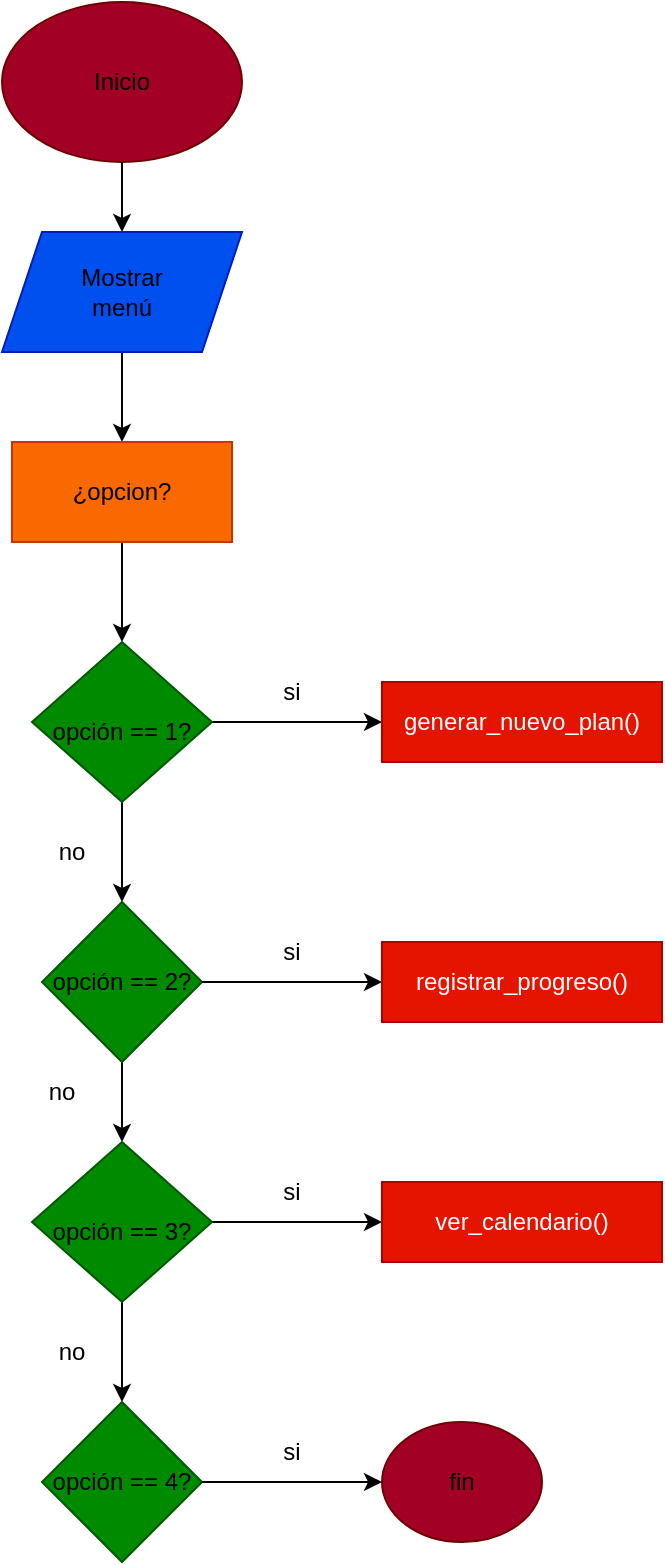
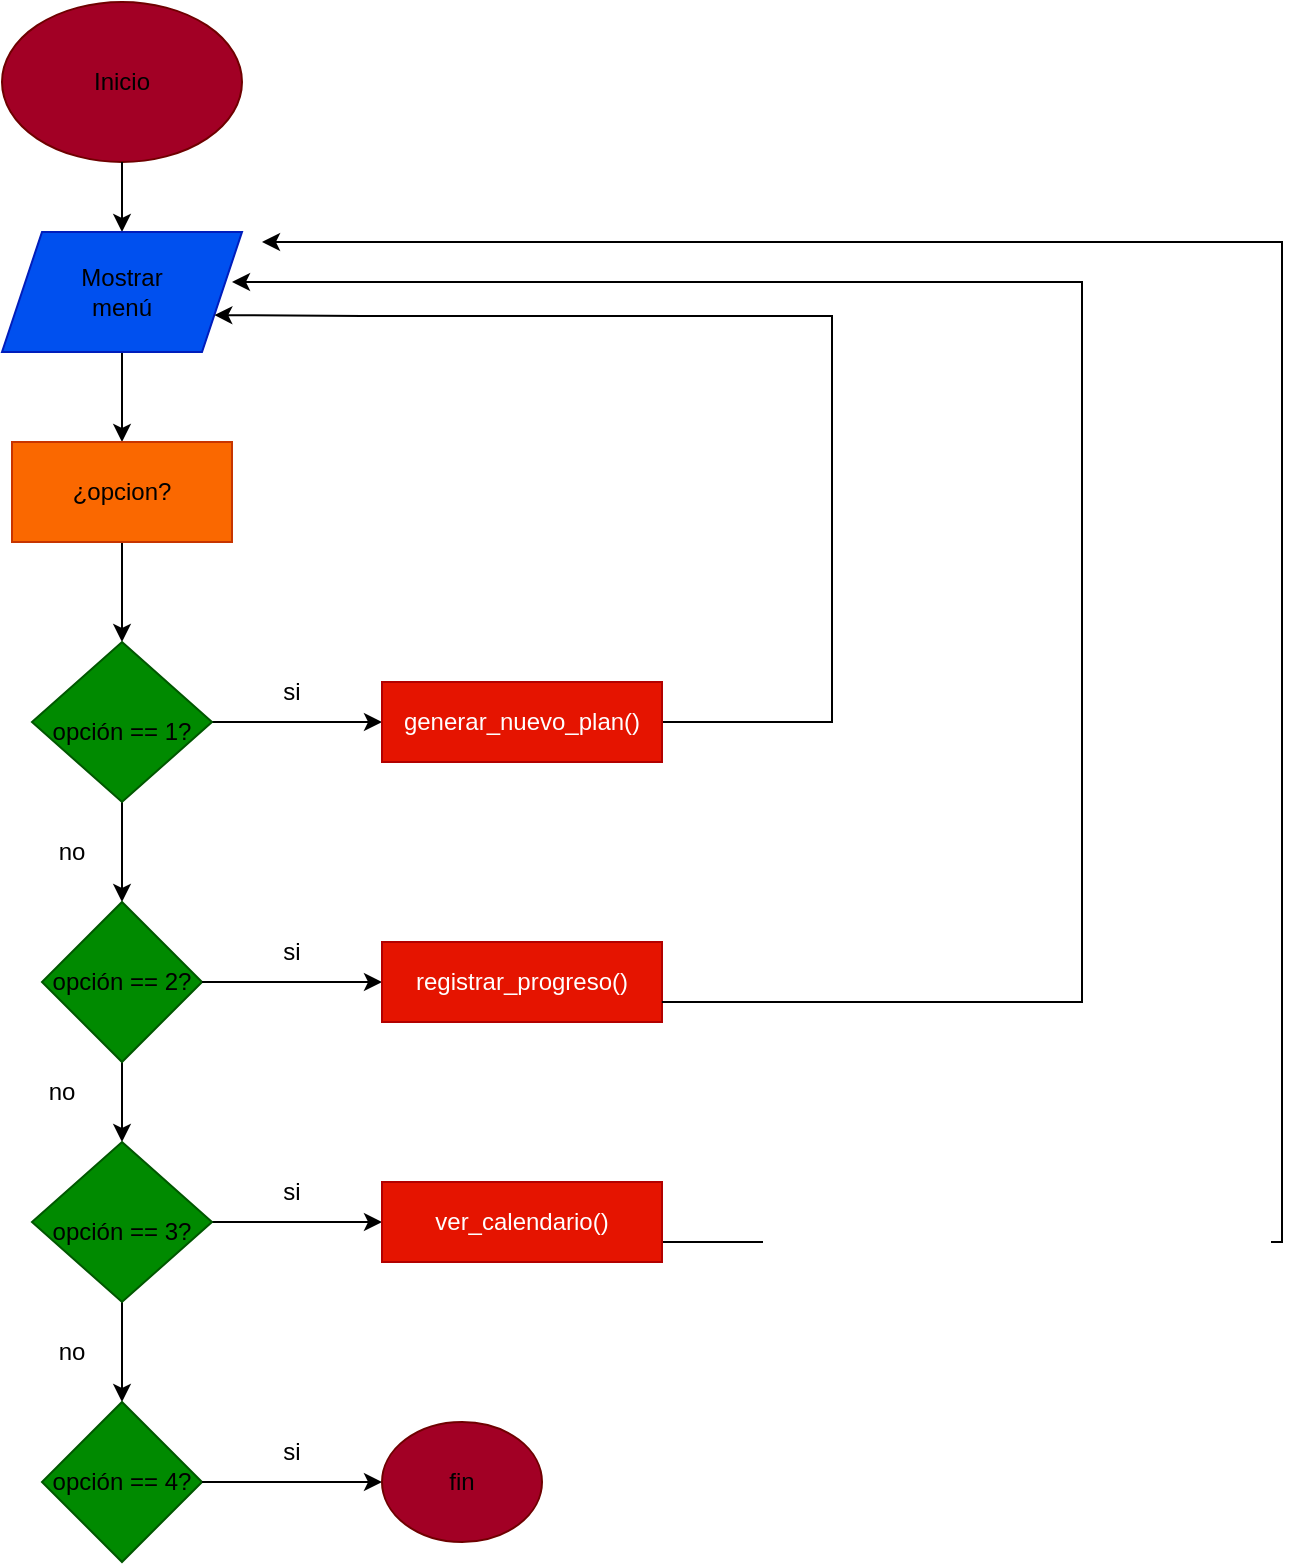
<mxfile host="app.diagrams.net">
  <diagram name="Página-1" id="oSVJuoh6jqE7HBOHeRjp">
-     <mxGraphModel dx="1407" dy="820" grid="1" gridSize="10" guides="1" tooltips="1" connect="1" arrows="1" fold="1" page="1" pageScale="1" pageWidth="827" pageHeight="1169" math="0" shadow="0">
+     <mxGraphModel dx="1032" dy="601" grid="1" gridSize="10" guides="1" tooltips="1" connect="1" arrows="1" fold="1" page="1" pageScale="1" pageWidth="827" pageHeight="1169" math="0" shadow="0">
      <root>
        <mxCell id="0" />
        <mxCell id="1" parent="0" />
        <mxCell id="aeWvypFD9zjGKCX_coQA-3" parent="1" style="ellipse;whiteSpace=wrap;html=1;fillColor=#a20025;fontColor=#ffffff;strokeColor=#6F0000;" value="" vertex="1">
          <mxGeometry height="80" width="120" x="310" y="30" as="geometry" />
        </mxCell>
        <mxCell id="aeWvypFD9zjGKCX_coQA-5" edge="1" parent="1" source="aeWvypFD9zjGKCX_coQA-3" style="edgeStyle=orthogonalEdgeStyle;rounded=0;orthogonalLoop=1;jettySize=auto;html=1;entryX=0.5;entryY=0;entryDx=0;entryDy=0;exitX=0.5;exitY=1;exitDx=0;exitDy=0;exitPerimeter=0;" target="aeWvypFD9zjGKCX_coQA-6">
          <mxGeometry relative="1" as="geometry">
            <Array as="points" />
            <mxPoint x="370" y="120" as="sourcePoint" />
            <mxPoint x="370" y="180" as="targetPoint" />
          </mxGeometry>
        </mxCell>
        <mxCell id="aeWvypFD9zjGKCX_coQA-4" parent="1" style="text;html=1;whiteSpace=wrap;strokeColor=none;fillColor=none;align=center;verticalAlign=middle;rounded=0;" value="Inicio" vertex="1">
          <mxGeometry height="30" width="60" x="340" y="55" as="geometry" />
        </mxCell>
        <mxCell id="aeWvypFD9zjGKCX_coQA-20" edge="1" parent="1" source="aeWvypFD9zjGKCX_coQA-6" style="edgeStyle=orthogonalEdgeStyle;rounded=0;orthogonalLoop=1;jettySize=auto;html=1;exitX=0.5;exitY=1;exitDx=0;exitDy=0;entryX=0.5;entryY=0;entryDx=0;entryDy=0;" target="aeWvypFD9zjGKCX_coQA-13">
          <mxGeometry relative="1" as="geometry" />
        </mxCell>
        <mxCell id="aeWvypFD9zjGKCX_coQA-6" parent="1" style="shape=parallelogram;perimeter=parallelogramPerimeter;whiteSpace=wrap;html=1;fixedSize=1;fillColor=#0050ef;fontColor=#ffffff;strokeColor=#001DBC;" value="" vertex="1">
          <mxGeometry height="60" width="120" x="310" y="145" as="geometry" />
        </mxCell>
        <mxCell id="aeWvypFD9zjGKCX_coQA-7" parent="1" style="text;html=1;whiteSpace=wrap;strokeColor=none;fillColor=none;align=center;verticalAlign=middle;rounded=0;" value="Mostrar menú" vertex="1">
          <mxGeometry height="30" width="60" x="340" y="160" as="geometry" />
        </mxCell>
        <mxCell id="aeWvypFD9zjGKCX_coQA-21" edge="1" parent="1" source="aeWvypFD9zjGKCX_coQA-13" style="edgeStyle=orthogonalEdgeStyle;rounded=0;orthogonalLoop=1;jettySize=auto;html=1;" target="aeWvypFD9zjGKCX_coQA-22">
          <mxGeometry relative="1" as="geometry">
            <mxPoint x="370" y="390" as="targetPoint" />
          </mxGeometry>
        </mxCell>
        <mxCell id="aeWvypFD9zjGKCX_coQA-13" parent="1" style="rounded=0;whiteSpace=wrap;html=1;fillColor=light-dark(#FA6800,#FFB570);fontColor=#000000;strokeColor=#C73500;" value="" vertex="1">
          <mxGeometry height="50" width="110" x="315" y="250" as="geometry" />
        </mxCell>
        <mxCell id="aeWvypFD9zjGKCX_coQA-19" parent="1" style="text;html=1;whiteSpace=wrap;strokeColor=none;fillColor=none;align=center;verticalAlign=middle;rounded=0;" value="¿opcion?" vertex="1">
          <mxGeometry height="30" width="60" x="340" y="260" as="geometry" />
        </mxCell>
        <mxCell id="aeWvypFD9zjGKCX_coQA-24" edge="1" parent="1" source="aeWvypFD9zjGKCX_coQA-22" style="edgeStyle=orthogonalEdgeStyle;rounded=0;orthogonalLoop=1;jettySize=auto;html=1;exitX=1;exitY=0.5;exitDx=0;exitDy=0;" target="aeWvypFD9zjGKCX_coQA-26">
          <mxGeometry relative="1" as="geometry">
            <mxPoint x="460" y="430" as="targetPoint" />
          </mxGeometry>
        </mxCell>
        <mxCell id="aeWvypFD9zjGKCX_coQA-30" edge="1" parent="1" source="aeWvypFD9zjGKCX_coQA-22" style="edgeStyle=orthogonalEdgeStyle;rounded=0;orthogonalLoop=1;jettySize=auto;html=1;exitX=0.5;exitY=1;exitDx=0;exitDy=0;entryX=0;entryY=0.5;entryDx=0;entryDy=0;" target="aeWvypFD9zjGKCX_coQA-36">
          <mxGeometry relative="1" as="geometry">
            <mxPoint x="370" y="480" as="targetPoint" />
          </mxGeometry>
        </mxCell>
        <mxCell id="aeWvypFD9zjGKCX_coQA-22" parent="1" style="rhombus;whiteSpace=wrap;html=1;fillColor=light-dark(#008A00,#97D077);strokeColor=#005700;fontColor=#ffffff;" value="" vertex="1">
          <mxGeometry height="80" width="90" x="325" y="350" as="geometry" />
        </mxCell>
        <mxCell id="aeWvypFD9zjGKCX_coQA-23" parent="1" style="text;html=1;whiteSpace=wrap;strokeColor=none;fillColor=none;align=center;verticalAlign=middle;rounded=0;" value="opción == 1?" vertex="1">
          <mxGeometry height="30" width="80" x="330" y="380" as="geometry" />
+         </mxCell>
+         <mxCell id="aeWvypFD9zjGKCX_coQA-71" edge="1" parent="1" style="edgeStyle=orthogonalEdgeStyle;rounded=0;orthogonalLoop=1;jettySize=auto;html=1;entryX=1;entryY=0.75;entryDx=0;entryDy=0;" target="aeWvypFD9zjGKCX_coQA-6">
+           <mxGeometry relative="1" as="geometry">
+             <Array as="points">
+               <mxPoint x="725" y="390" />
+               <mxPoint x="725" y="187" />
+               <mxPoint x="490" y="187" />
+             </Array>
+             <mxPoint x="640" y="390" as="sourcePoint" />
+             <mxPoint x="489.9954545454547" y="191.36363636363637" as="targetPoint" />
+           </mxGeometry>
        </mxCell>
        <mxCell id="aeWvypFD9zjGKCX_coQA-26" parent="1" style="rounded=0;whiteSpace=wrap;html=1;fillColor=#e51400;fontColor=#ffffff;strokeColor=#B20000;" value="generar_nuevo_plan()" vertex="1">
          <mxGeometry height="40" width="140" x="500" y="370" as="geometry" />
        </mxCell>
        <mxCell id="aeWvypFD9zjGKCX_coQA-27" parent="1" style="text;html=1;whiteSpace=wrap;strokeColor=none;fillColor=none;align=center;verticalAlign=middle;rounded=0;" value="si" vertex="1">
          <mxGeometry height="30" width="60" x="425" y="360" as="geometry" />
        </mxCell>
        <mxCell id="aeWvypFD9zjGKCX_coQA-31" parent="1" style="text;html=1;whiteSpace=wrap;strokeColor=none;fillColor=none;align=center;verticalAlign=middle;rounded=0;" value="no" vertex="1">
          <mxGeometry height="30" width="60" x="315" y="440" as="geometry" />
        </mxCell>
        <mxCell id="aeWvypFD9zjGKCX_coQA-63" edge="1" parent="1" source="aeWvypFD9zjGKCX_coQA-36" style="edgeStyle=orthogonalEdgeStyle;rounded=0;orthogonalLoop=1;jettySize=auto;html=1;exitX=1;exitY=0.5;exitDx=0;exitDy=0;entryX=0.5;entryY=0;entryDx=0;entryDy=0;" target="aeWvypFD9zjGKCX_coQA-55">
          <mxGeometry relative="1" as="geometry" />
        </mxCell>
        <mxCell id="aeWvypFD9zjGKCX_coQA-36" parent="1" style="rhombus;whiteSpace=wrap;html=1;direction=south;fillColor=light-dark(#008A00,#97D077);fontColor=#ffffff;strokeColor=#005700;" value="" vertex="1">
          <mxGeometry height="80" width="80" x="330" y="480" as="geometry" />
        </mxCell>
        <mxCell id="aeWvypFD9zjGKCX_coQA-41" edge="1" parent="1" source="aeWvypFD9zjGKCX_coQA-37" style="edgeStyle=orthogonalEdgeStyle;rounded=0;orthogonalLoop=1;jettySize=auto;html=1;exitX=1;exitY=0.5;exitDx=0;exitDy=0;">
          <mxGeometry relative="1" as="geometry">
            <mxPoint x="500" y="519.9999999999999" as="targetPoint" />
          </mxGeometry>
        </mxCell>
        <mxCell id="aeWvypFD9zjGKCX_coQA-37" parent="1" style="text;html=1;whiteSpace=wrap;strokeColor=none;fillColor=none;align=center;verticalAlign=middle;rounded=0;" value="opción == 2?" vertex="1">
          <mxGeometry height="30" width="80" x="330" y="505" as="geometry" />
        </mxCell>
        <mxCell id="aeWvypFD9zjGKCX_coQA-42" parent="1" style="text;html=1;whiteSpace=wrap;strokeColor=none;fillColor=none;align=center;verticalAlign=middle;rounded=0;" value="si" vertex="1">
          <mxGeometry height="30" width="60" x="425" y="490" as="geometry" />
        </mxCell>
        <mxCell id="aeWvypFD9zjGKCX_coQA-53" edge="1" parent="1" source="aeWvypFD9zjGKCX_coQA-55" style="edgeStyle=orthogonalEdgeStyle;rounded=0;orthogonalLoop=1;jettySize=auto;html=1;exitX=1;exitY=0.5;exitDx=0;exitDy=0;">
          <mxGeometry relative="1" as="geometry">
            <mxPoint x="500" y="640" as="targetPoint" />
          </mxGeometry>
        </mxCell>
        <mxCell id="aeWvypFD9zjGKCX_coQA-54" edge="1" parent="1" source="aeWvypFD9zjGKCX_coQA-55" style="edgeStyle=orthogonalEdgeStyle;rounded=0;orthogonalLoop=1;jettySize=auto;html=1;exitX=0.5;exitY=1;exitDx=0;exitDy=0;entryX=0;entryY=0.5;entryDx=0;entryDy=0;" target="aeWvypFD9zjGKCX_coQA-59">
          <mxGeometry relative="1" as="geometry">
            <mxPoint x="370" y="730" as="targetPoint" />
          </mxGeometry>
        </mxCell>
        <mxCell id="aeWvypFD9zjGKCX_coQA-55" parent="1" style="rhombus;whiteSpace=wrap;html=1;fillColor=light-dark(#008A00,#97D077);strokeColor=#005700;fontColor=#ffffff;" value="" vertex="1">
          <mxGeometry height="80" width="90" x="325" y="600" as="geometry" />
        </mxCell>
        <mxCell id="aeWvypFD9zjGKCX_coQA-56" parent="1" style="text;html=1;whiteSpace=wrap;strokeColor=none;fillColor=none;align=center;verticalAlign=middle;rounded=0;" value="opción == 3?" vertex="1">
          <mxGeometry height="30" width="80" x="330" y="630" as="geometry" />
        </mxCell>
        <mxCell id="aeWvypFD9zjGKCX_coQA-57" parent="1" style="text;html=1;whiteSpace=wrap;strokeColor=none;fillColor=none;align=center;verticalAlign=middle;rounded=0;" value="si" vertex="1">
          <mxGeometry height="30" width="60" x="425" y="610" as="geometry" />
        </mxCell>
        <mxCell id="aeWvypFD9zjGKCX_coQA-58" parent="1" style="text;html=1;whiteSpace=wrap;strokeColor=none;fillColor=none;align=center;verticalAlign=middle;rounded=0;" value="no" vertex="1">
          <mxGeometry height="30" width="60" x="315" y="690" as="geometry" />
        </mxCell>
        <mxCell id="aeWvypFD9zjGKCX_coQA-59" parent="1" style="rhombus;whiteSpace=wrap;html=1;direction=south;fillColor=light-dark(#008A00,#97D077);fontColor=#ffffff;strokeColor=#005700;" value="" vertex="1">
          <mxGeometry height="80" width="80" x="330" y="730" as="geometry" />
        </mxCell>
        <mxCell id="aeWvypFD9zjGKCX_coQA-60" edge="1" parent="1" source="aeWvypFD9zjGKCX_coQA-61" style="edgeStyle=orthogonalEdgeStyle;rounded=0;orthogonalLoop=1;jettySize=auto;html=1;exitX=1;exitY=0.5;exitDx=0;exitDy=0;">
          <mxGeometry relative="1" as="geometry">
            <mxPoint x="500" y="769.9999999999999" as="targetPoint" />
          </mxGeometry>
        </mxCell>
        <mxCell id="aeWvypFD9zjGKCX_coQA-61" parent="1" style="text;html=1;whiteSpace=wrap;strokeColor=none;fillColor=none;align=center;verticalAlign=middle;rounded=0;" value="opción == 4?" vertex="1">
          <mxGeometry height="30" width="80" x="330" y="755" as="geometry" />
        </mxCell>
        <mxCell id="aeWvypFD9zjGKCX_coQA-62" parent="1" style="text;html=1;whiteSpace=wrap;strokeColor=none;fillColor=none;align=center;verticalAlign=middle;rounded=0;" value="si" vertex="1">
          <mxGeometry height="30" width="60" x="425" y="740" as="geometry" />
        </mxCell>
        <mxCell id="aeWvypFD9zjGKCX_coQA-64" parent="1" style="text;html=1;whiteSpace=wrap;strokeColor=none;fillColor=none;align=center;verticalAlign=middle;rounded=0;" value="no" vertex="1">
          <mxGeometry height="30" width="60" x="310" y="560" as="geometry" />
        </mxCell>
        <mxCell id="aeWvypFD9zjGKCX_coQA-65" parent="1" style="ellipse;whiteSpace=wrap;html=1;fillColor=#a20025;fontColor=#ffffff;strokeColor=#6F0000;" value="" vertex="1">
          <mxGeometry height="60" width="80" x="500" y="740" as="geometry" />
        </mxCell>
        <mxCell id="aeWvypFD9zjGKCX_coQA-66" parent="1" style="text;html=1;whiteSpace=wrap;strokeColor=none;fillColor=none;align=center;verticalAlign=middle;rounded=0;" value="fin" vertex="1">
          <mxGeometry height="30" width="60" x="510" y="755" as="geometry" />
        </mxCell>
        <mxCell id="aeWvypFD9zjGKCX_coQA-67" parent="1" style="rounded=0;whiteSpace=wrap;html=1;fillColor=#e51400;fontColor=#ffffff;strokeColor=#B20000;" value="registrar_progreso()" vertex="1">
          <mxGeometry height="40" width="140" x="500" y="500" as="geometry" />
        </mxCell>
+         <mxCell id="aeWvypFD9zjGKCX_coQA-75" edge="1" parent="1" style="edgeStyle=orthogonalEdgeStyle;rounded=0;orthogonalLoop=1;jettySize=auto;html=1;exitX=1;exitY=0.5;exitDx=0;exitDy=0;">
+           <mxGeometry relative="1" as="geometry">
+             <Array as="points">
+               <mxPoint x="950" y="650" />
+               <mxPoint x="950" y="150" />
+             </Array>
+             <mxPoint x="640" y="650" as="sourcePoint" />
+             <mxPoint x="440" y="150" as="targetPoint" />
+           </mxGeometry>
+         </mxCell>
        <mxCell id="aeWvypFD9zjGKCX_coQA-68" parent="1" style="rounded=0;whiteSpace=wrap;html=1;fillColor=#e51400;fontColor=#ffffff;strokeColor=#B20000;" value="ver_calendario()" vertex="1">
          <mxGeometry height="40" width="140" x="500" y="620" as="geometry" />
+         </mxCell>
+         <mxCell id="aeWvypFD9zjGKCX_coQA-72" edge="1" parent="1" source="aeWvypFD9zjGKCX_coQA-67" style="edgeStyle=orthogonalEdgeStyle;rounded=0;orthogonalLoop=1;jettySize=auto;html=1;entryX=1;entryY=0;entryDx=0;entryDy=0;exitX=1;exitY=0.75;exitDx=0;exitDy=0;">
+           <mxGeometry relative="1" as="geometry">
+             <Array as="points">
+               <mxPoint x="850" y="530" />
+               <mxPoint x="850" y="170" />
+             </Array>
+             <mxPoint x="635" y="545" as="sourcePoint" />
+             <mxPoint x="425" y="170" as="targetPoint" />
+           </mxGeometry>
        </mxCell>
      </root>
    </mxGraphModel>
  </diagram>
</mxfile>
